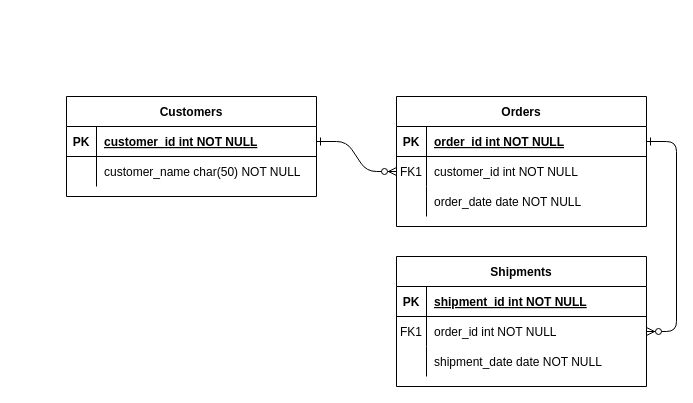
Earlier version of the draw.io diagram Untitled Diagram.drawio (bimasaktikr/siadmin). Source tidied: cells renumbered, new cells numbered last; positions are measured from the earlier drawing's top-left corner, leaving out a move shared by most shapes. Both pictures are drawn from the tidied source at 100%, with x=0, y=0 at pixel (66, 96).
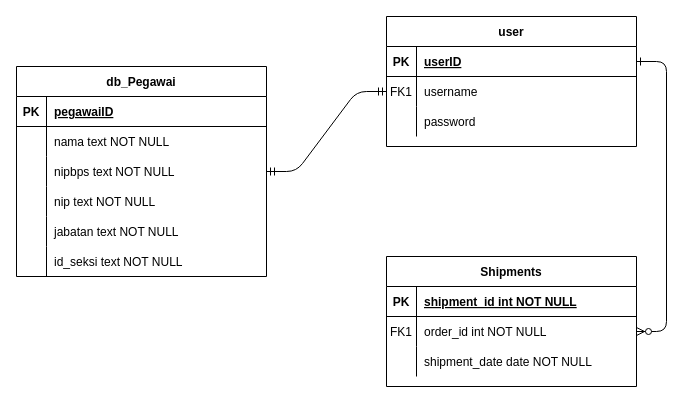
The same diagram, later.

The change refers to these unchanged cells:
```xml
<mxCell id="5" style="shape=partialRectangle;fillColor=none;points=[[0,0.5],[1,0.5]];portConstraint=eastwest;top=0;left=0;right=0;bottom=1;" parent="4" vertex="1">
  <mxGeometry y="30" width="250" height="30" as="geometry" />
</mxCell>
<mxCell id="8" style="shape=partialRectangle;fillColor=none;points=[[0,0.5],[1,0.5]];portConstraint=eastwest;top=0;left=0;right=0;bottom=0;" parent="4" vertex="1">
  <mxGeometry y="60" width="250" height="30" as="geometry" />
</mxCell>
<mxCell id="11" style="shape=partialRectangle;fillColor=none;top=0;left=0;right=0;bottom=0;" parent="4" vertex="1">
  <mxGeometry y="90" width="250" height="30" as="geometry" />
</mxCell>
<mxCell id="25" style="shape=partialRectangle;fillColor=none;points=[[0,0.5],[1,0.5]];portConstraint=eastwest;top=0;left=0;right=0;bottom=1;" parent="24" vertex="1">
  <mxGeometry y="30" width="250" height="30" as="geometry" />
</mxCell>
<mxCell id="28" style="shape=partialRectangle;fillColor=none;top=0;left=0;right=0;bottom=0;" parent="24" vertex="1">
  <mxGeometry y="60" width="250" height="30" as="geometry" />
</mxCell>
```

The edit, as a diff of the source:
```diff
@@
-    <mxCell id="2" style="edgeStyle=entityRelationEdgeStyle;endArrow=ERzeroToMany;startArrow=ERone;endFill=1;startFill=0;" parent="1" edge="1" source="25" target="8">
-      <mxGeometry relative="1" as="geometry" />
-    </mxCell>
@@
-    <mxCell id="4" value="Orders" style="shape=table;startSize=30;childLayout=tableLayout;rowLines=0;fontStyle=1;align=center;" parent="1" vertex="1">
-      <mxGeometry x="330" width="250" height="130" as="geometry" />
+    <mxCell id="4" value="user" style="shape=table;startSize=30;childLayout=tableLayout;rowLines=0;fontStyle=1;align=center;" parent="1" vertex="1">
+      <mxGeometry x="320" y="-80" width="250" height="130" as="geometry" />
     </mxCell>
@@
-    <mxCell id="7" value="order_id int NOT NULL " style="shape=partialRectangle;overflow=hidden;fillColor=none;top=0;left=0;bottom=0;right=0;align=left;spacingLeft=6;fontStyle=5;" parent="5" vertex="1">
+    <mxCell id="7" value="userID" style="shape=partialRectangle;overflow=hidden;fillColor=none;top=0;left=0;bottom=0;right=0;align=left;spacingLeft=6;fontStyle=5;" parent="5" vertex="1">
       <mxGeometry x="30" width="220" height="30" as="geometry" />
     </mxCell>
@@
-    <mxCell id="10" value="customer_id int NOT NULL" style="shape=partialRectangle;overflow=hidden;fillColor=none;top=0;left=0;bottom=0;right=0;align=left;spacingLeft=6;" parent="8" vertex="1">
+    <mxCell id="10" value="username" style="shape=partialRectangle;overflow=hidden;fillColor=none;top=0;left=0;bottom=0;right=0;align=left;spacingLeft=6;" parent="8" vertex="1">
       <mxGeometry x="30" width="220" height="30" as="geometry" />
     </mxCell>
@@
-    <mxCell id="13" value="order_date date NOT NULL" style="shape=partialRectangle;overflow=hidden;fillColor=none;top=0;left=0;bottom=0;right=0;align=left;spacingLeft=6;" parent="11" vertex="1">
+    <mxCell id="13" value="password" style="shape=partialRectangle;overflow=hidden;fillColor=none;top=0;left=0;bottom=0;right=0;align=left;spacingLeft=6;" parent="11" vertex="1">
       <mxGeometry x="30" width="220" height="30" as="geometry" />
     </mxCell>
     <mxCell id="14" value="Shipments" style="shape=table;startSize=30;childLayout=tableLayout;rowLines=0;fontStyle=1;align=center;" parent="1" vertex="1">
-      <mxGeometry x="330" y="160" width="250" height="130" as="geometry" />
+      <mxGeometry x="320" y="160" width="250" height="130" as="geometry" />
     </mxCell>
@@
-    <mxCell id="24" value="Customers" style="shape=table;startSize=30;childLayout=tableLayout;rowLines=0;fontStyle=1;align=center;" parent="1" vertex="1">
-      <mxGeometry width="250" height="100" as="geometry" />
+    <mxCell id="24" value="db_Pegawai" style="shape=table;startSize=30;childLayout=tableLayout;rowLines=0;fontStyle=1;align=center;" parent="1" vertex="1">
+      <mxGeometry x="-50" y="-30" width="250" height="210" as="geometry" />
     </mxCell>
@@
-    <mxCell id="27" value="customer_id int NOT NULL " style="shape=partialRectangle;overflow=hidden;fillColor=none;top=0;left=0;bottom=0;right=0;align=left;spacingLeft=6;fontStyle=5;" parent="25" vertex="1">
+    <mxCell id="27" value="pegawaiID" style="shape=partialRectangle;overflow=hidden;fillColor=none;top=0;left=0;bottom=0;right=0;align=left;spacingLeft=6;fontStyle=5;" parent="25" vertex="1">
       <mxGeometry x="30" width="220" height="30" as="geometry" />
     </mxCell>
@@
-    <mxCell id="30" value="customer_name char(50) NOT NULL" style="shape=partialRectangle;overflow=hidden;fillColor=none;top=0;left=0;bottom=0;right=0;align=left;spacingLeft=6;" parent="28" vertex="1">
+    <mxCell id="30" value="nama text NOT NULL" style="shape=partialRectangle;overflow=hidden;fillColor=none;top=0;left=0;bottom=0;right=0;align=left;spacingLeft=6;" parent="28" vertex="1">
       <mxGeometry x="30" width="220" height="30" as="geometry" />
     </mxCell>
+    <mxCell id="31" style="shape=partialRectangle;fillColor=none;points=[[0,0.5],[1,0.5]];portConstraint=eastwest;top=0;left=0;right=0;bottom=0;" parent="24" vertex="1">
+      <mxGeometry y="90" width="250" height="30" as="geometry" />
+    </mxCell>
+    <mxCell id="32" style="shape=partialRectangle;overflow=hidden;fillColor=none;top=0;left=0;bottom=0;right=0;" parent="31" vertex="1">
+      <mxGeometry width="30" height="30" as="geometry" />
+    </mxCell>
+    <mxCell id="33" value="nipbps text NOT NULL" style="shape=partialRectangle;overflow=hidden;fillColor=none;top=0;left=0;bottom=0;right=0;align=left;spacingLeft=6;" parent="31" vertex="1">
+      <mxGeometry x="30" width="220" height="30" as="geometry" />
+    </mxCell>
+    <mxCell id="34" style="shape=partialRectangle;fillColor=none;top=0;left=0;right=0;bottom=0;" parent="24" vertex="1">
+      <mxGeometry y="120" width="250" height="30" as="geometry" />
+    </mxCell>
+    <mxCell id="35" style="shape=partialRectangle;overflow=hidden;fillColor=none;top=0;left=0;bottom=0;right=0;" parent="34" vertex="1">
+      <mxGeometry width="30" height="30" as="geometry" />
+    </mxCell>
+    <mxCell id="36" value="nip text NOT NULL" style="shape=partialRectangle;overflow=hidden;fillColor=none;top=0;left=0;bottom=0;right=0;align=left;spacingLeft=6;" parent="34" vertex="1">
+      <mxGeometry x="30" width="220" height="30" as="geometry" />
+    </mxCell>
+    <mxCell id="37" style="shape=partialRectangle;fillColor=none;top=0;left=0;right=0;bottom=0;" parent="24" vertex="1">
+      <mxGeometry y="150" width="250" height="30" as="geometry" />
+    </mxCell>
+    <mxCell id="38" style="shape=partialRectangle;overflow=hidden;fillColor=none;top=0;left=0;bottom=0;right=0;" parent="37" vertex="1">
+      <mxGeometry width="30" height="30" as="geometry" />
+    </mxCell>
+    <mxCell id="39" value="jabatan text NOT NULL" style="shape=partialRectangle;overflow=hidden;fillColor=none;top=0;left=0;bottom=0;right=0;align=left;spacingLeft=6;" parent="37" vertex="1">
+      <mxGeometry x="30" width="220" height="30" as="geometry" />
+    </mxCell>
+    <mxCell id="40" style="shape=partialRectangle;fillColor=none;top=0;left=0;right=0;bottom=0;" parent="24" vertex="1">
+      <mxGeometry y="180" width="250" height="30" as="geometry" />
+    </mxCell>
+    <mxCell id="41" style="shape=partialRectangle;overflow=hidden;fillColor=none;top=0;left=0;bottom=0;right=0;" parent="40" vertex="1">
+      <mxGeometry width="30" height="30" as="geometry" />
+    </mxCell>
+    <mxCell id="42" value="id_seksi text NOT NULL" style="shape=partialRectangle;overflow=hidden;fillColor=none;top=0;left=0;bottom=0;right=0;align=left;spacingLeft=6;" parent="40" vertex="1">
+      <mxGeometry x="30" width="220" height="30" as="geometry" />
+    </mxCell>
+    <mxCell id="43" style="edgeStyle=entityRelationEdgeStyle;fontSize=12;html=1;endArrow=ERmandOne;startArrow=ERmandOne;" parent="1" edge="1" source="31" target="8">
+      <mxGeometry relative="1" as="geometry" />
+    </mxCell>
```
